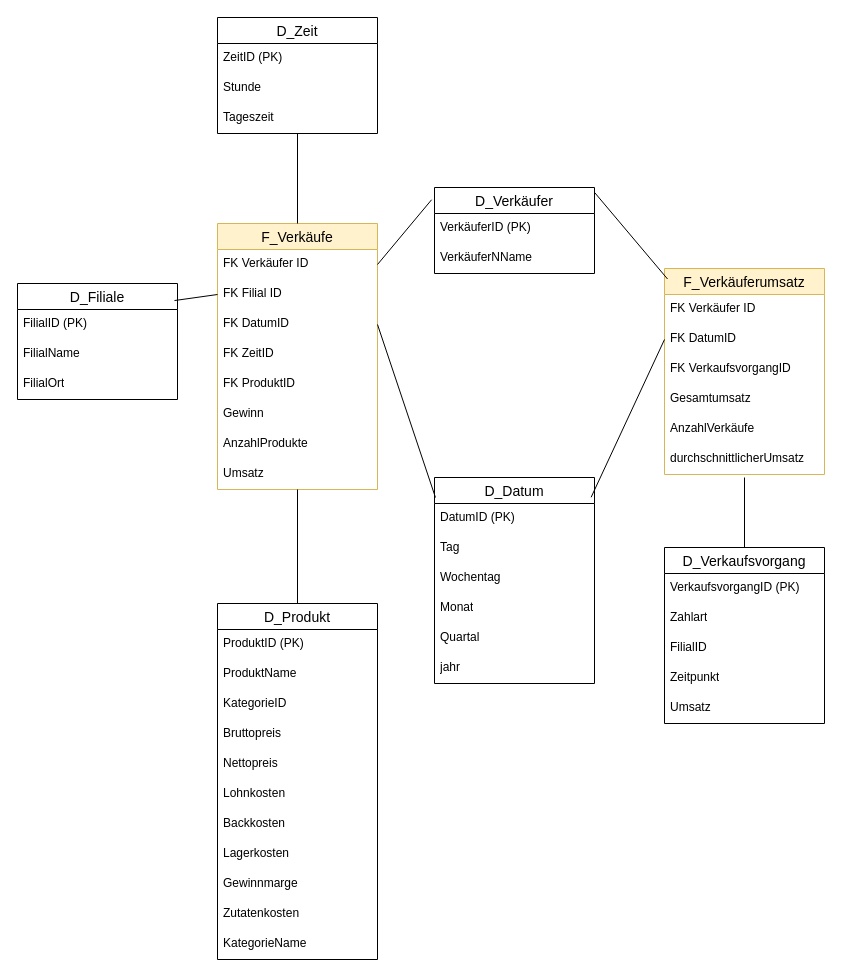
Earlier version of the draw.io diagram Galaxyschema_BrotZeit.drawio (Thoerchen/BackZeit). Source tidied: cells renumbered, new cells numbered last; positions are measured from the earlier drawing's top-left corner, leaving out a move shared by most shapes. Both pictures are drawn from the tidied source at 100%, with x=0, y=0 at pixel (17, 17).
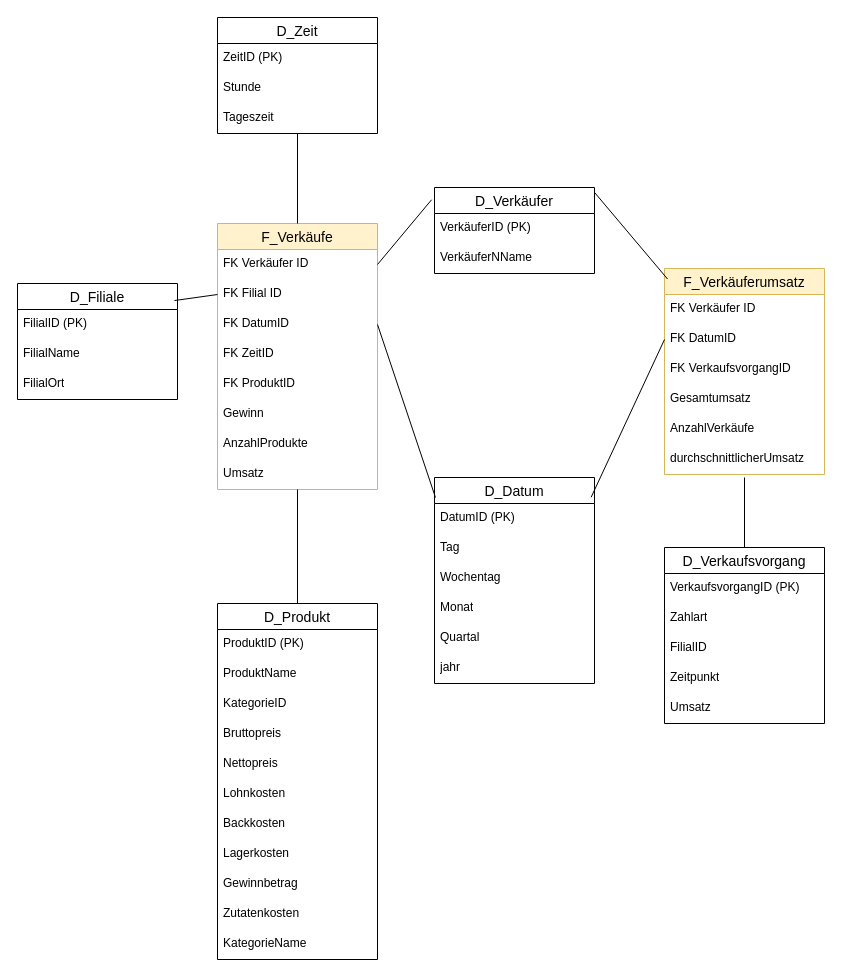
The same diagram, later.

Commit message (it also covers changes not shown here):
Update Gewinnmarge zu Gewinnbetrag

Unchanged cells that the change refers to:
```xml
<mxCell id="29" value="D_Produkt" style="swimlane;fontStyle=0;horizontal=1;startSize=26;align=center;fontSize=14;" parent="1" vertex="1">
  <mxGeometry x="200" y="586" width="160" height="356" as="geometry" />
</mxCell>
```

The edit, as a diff of the source:
```diff
@@
-    <mxCell id="38" value="Gewinnmarge" style="text;strokeColor=none;fillColor=none;spacingLeft=4;spacingRight=4;overflow=hidden;fontSize=12;whiteSpace=wrap;html=1;" parent="29" vertex="1">
+    <mxCell id="38" value="Gewinnbetrag" style="text;strokeColor=none;fillColor=none;spacingLeft=4;spacingRight=4;overflow=hidden;fontSize=12;whiteSpace=wrap;html=1;" parent="29" vertex="1">
       <mxGeometry y="266" width="160" height="30" as="geometry" />
     </mxCell>
```
